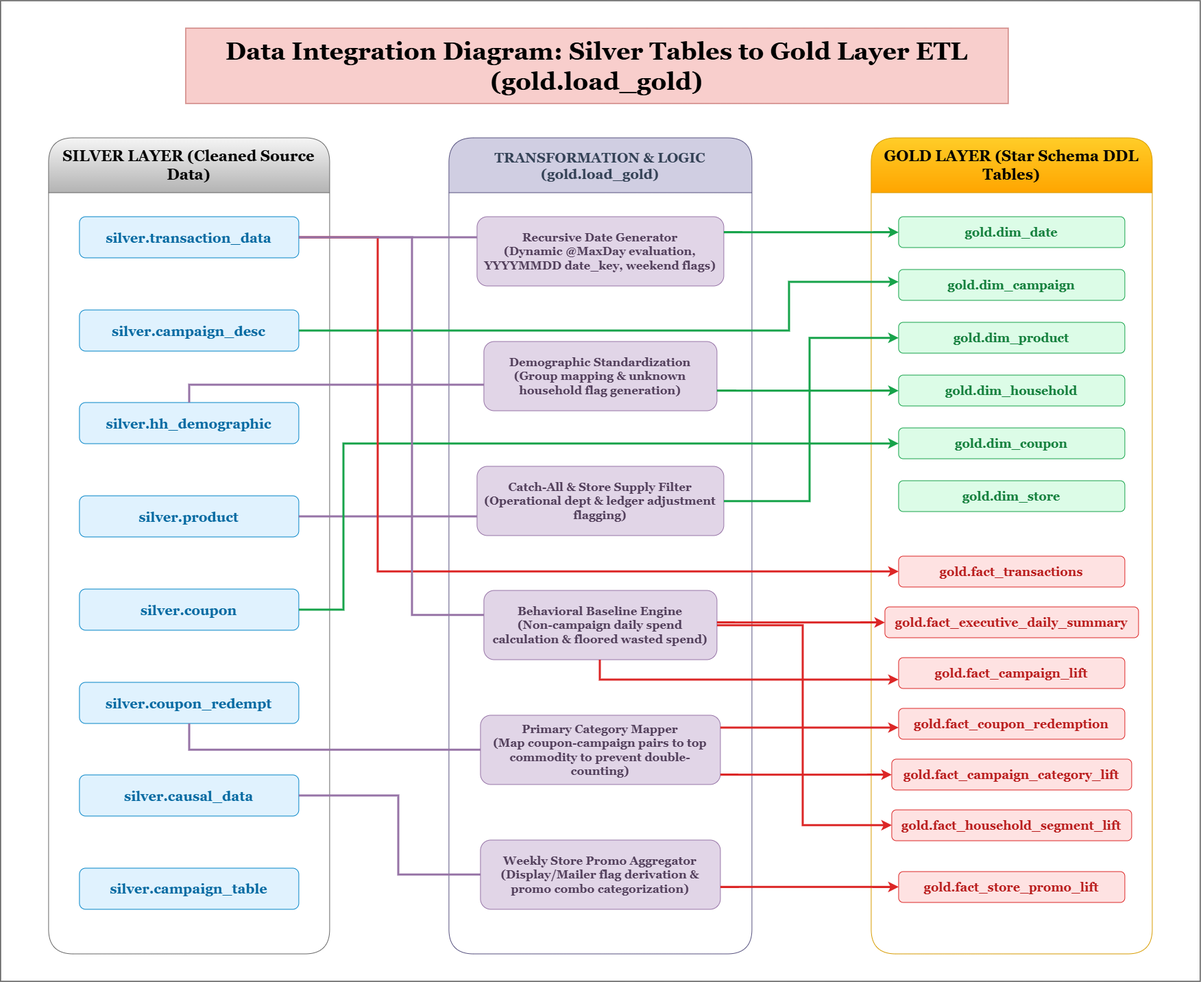
bhawana8954/Retail-Promotion-Intelligence keeps this draw.io diagram as docs/data_integration.png. Above is the earlier version. Source tidied: cells renumbered, new cells last; positions are measured from the earlier drawing's top-left corner, leaving out a move shared by most shapes.
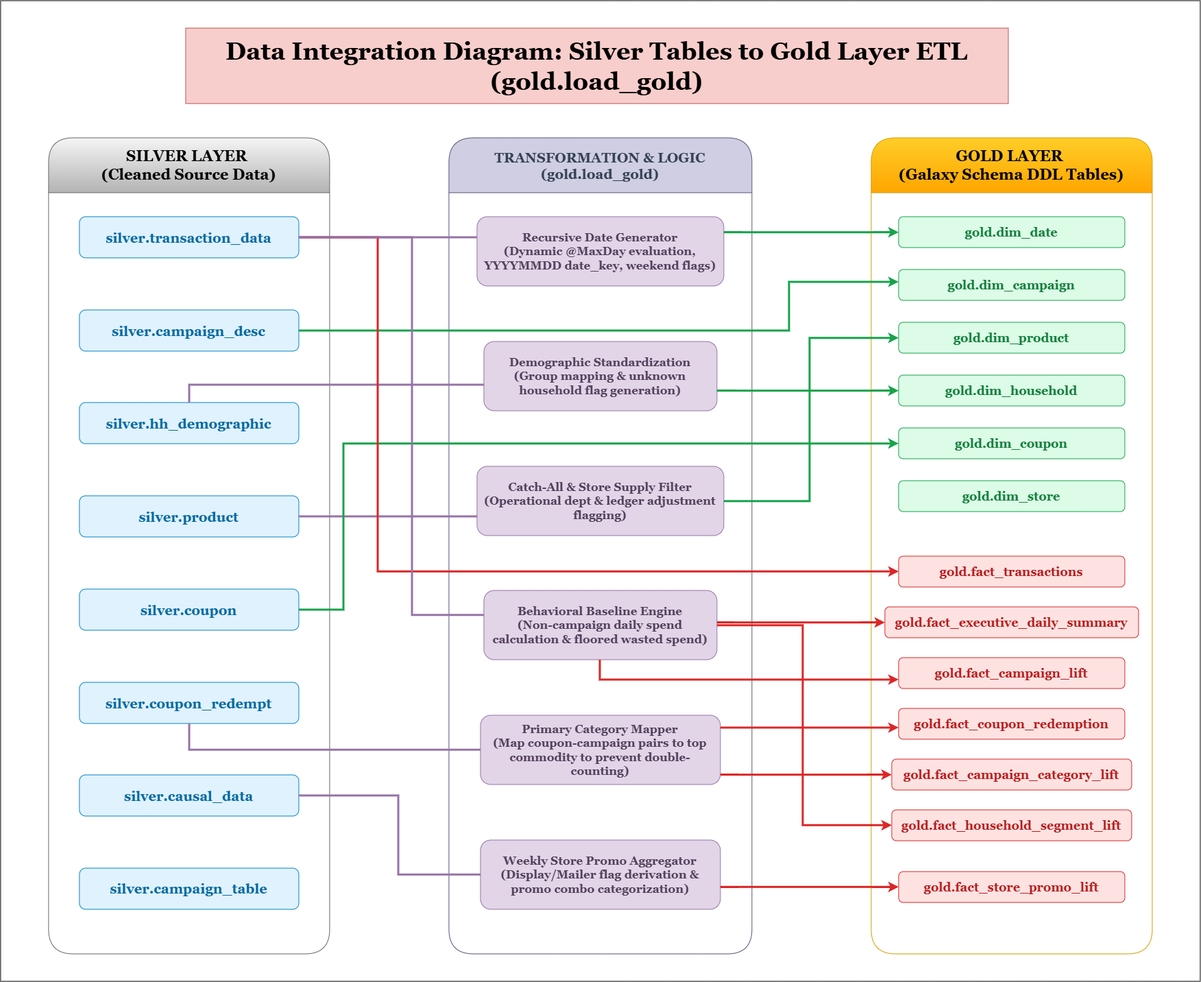
Above is the later version.

Diff of the diagram source:
```diff
@@ -8,7 +8,7 @@
     <mxCell id="3" value="&lt;font face=&quot;Georgia&quot; style=&quot;font-size: 36px;&quot;&gt;Data Integration Diagram: Silver Tables to Gold Layer ETL (gold.load_gold)&lt;/font&gt;" style="text;html=1;strokeColor=#b85450;fillColor=#f8cecc;align=center;verticalAlign=middle;whiteSpace=wrap;rounded=0;fontSize=18;fontStyle=1;" parent="1" vertex="1">
       <mxGeometry x="270" y="40" width="1200" height="110" as="geometry" />
     </mxCell>
-    <mxCell id="4" value="&lt;font face=&quot;Georgia&quot; style=&quot;font-size: 22px;&quot;&gt;SILVER LAYER (Cleaned Source Data)&lt;/font&gt;" style="swimlane;whiteSpace=wrap;html=1;fillColor=#f5f5f5;strokeColor=#666666;fontStyle=1;startSize=80;rounded=1;gradientColor=#b3b3b3;" parent="1" vertex="1">
+    <mxCell id="4" value="&lt;font face=&quot;Georgia&quot; style=&quot;font-size: 22px;&quot;&gt;SILVER LAYER&amp;nbsp;&lt;/font&gt;&lt;div&gt;&lt;font face=&quot;Georgia&quot; style=&quot;font-size: 22px;&quot;&gt;(Cleaned Source Data)&lt;/font&gt;&lt;/div&gt;" style="swimlane;whiteSpace=wrap;html=1;fillColor=#f5f5f5;strokeColor=#666666;fontStyle=1;startSize=80;rounded=1;gradientColor=#b3b3b3;" parent="1" vertex="1">
       <mxGeometry x="70" y="200" width="410" height="1190" as="geometry" />
     </mxCell>
     <mxCell id="5" value="&lt;font style=&quot;font-size: 20px;&quot; face=&quot;Georgia&quot;&gt;silver.transaction_data&lt;/font&gt;" style="rounded=1;whiteSpace=wrap;html=1;fillColor=#E0F2FE;strokeColor=#0284C7;fontColor=#0369A1;fontStyle=1;align=center;" parent="4" vertex="1">
@@ -53,7 +53,7 @@
     <mxCell id="18" value="&lt;font face=&quot;Georgia&quot; style=&quot;font-size: 17px; color: rgb(82, 63, 91);&quot;&gt;&lt;b&gt;Weekly Store Promo Aggregator&lt;/b&gt;&lt;br&gt;(Display/Mailer flag derivation &amp;amp; promo combo categorization)&lt;/font&gt;" style="rounded=1;whiteSpace=wrap;html=1;fillColor=#e1d5e7;strokeColor=#9673a6;fontStyle=1;align=center;" parent="12" vertex="1">
       <mxGeometry x="46" y="1024" width="350" height="101" as="geometry" />
     </mxCell>
-    <mxCell id="19" value="&lt;span style=&quot;color: light-dark(rgb(0, 0, 0), rgb(172, 184, 201));&quot;&gt;&lt;font style=&quot;font-size: 22px;&quot; face=&quot;Georgia&quot;&gt;GOLD LAYER (Star Schema DDL Tables)&lt;/font&gt;&lt;/span&gt;" style="swimlane;whiteSpace=wrap;html=1;fillColor=#ffcd28;strokeColor=#d79b00;fontStyle=1;startSize=80;rounded=1;gradientColor=#ffa500;" parent="1" vertex="1">
+    <mxCell id="19" value="&lt;span style=&quot;color: light-dark(rgb(0, 0, 0), rgb(172, 184, 201));&quot;&gt;&lt;font style=&quot;font-size: 22px;&quot; face=&quot;Georgia&quot;&gt;GOLD LAYER&amp;nbsp;&lt;/font&gt;&lt;/span&gt;&lt;div&gt;&lt;span style=&quot;color: light-dark(rgb(0, 0, 0), rgb(172, 184, 201));&quot;&gt;&lt;font style=&quot;font-size: 22px;&quot; face=&quot;Georgia&quot;&gt;(Galaxy Schema DDL Tables)&lt;/font&gt;&lt;/span&gt;&lt;/div&gt;" style="swimlane;whiteSpace=wrap;html=1;fillColor=#ffcd28;strokeColor=#d79b00;fontStyle=1;startSize=80;rounded=1;gradientColor=#ffa500;" parent="1" vertex="1">
       <mxGeometry x="1270" y="200" width="410" height="1190" as="geometry" />
     </mxCell>
     <mxCell id="20" value="&lt;font face=&quot;Georgia&quot; style=&quot;font-size: 18px;&quot;&gt;gold.dim_date&lt;/font&gt;" style="rounded=1;whiteSpace=wrap;html=1;fillColor=#DCFCE7;strokeColor=#16A34A;fontStyle=1;align=center;fontColor=#15803D;" parent="19" vertex="1">
```
